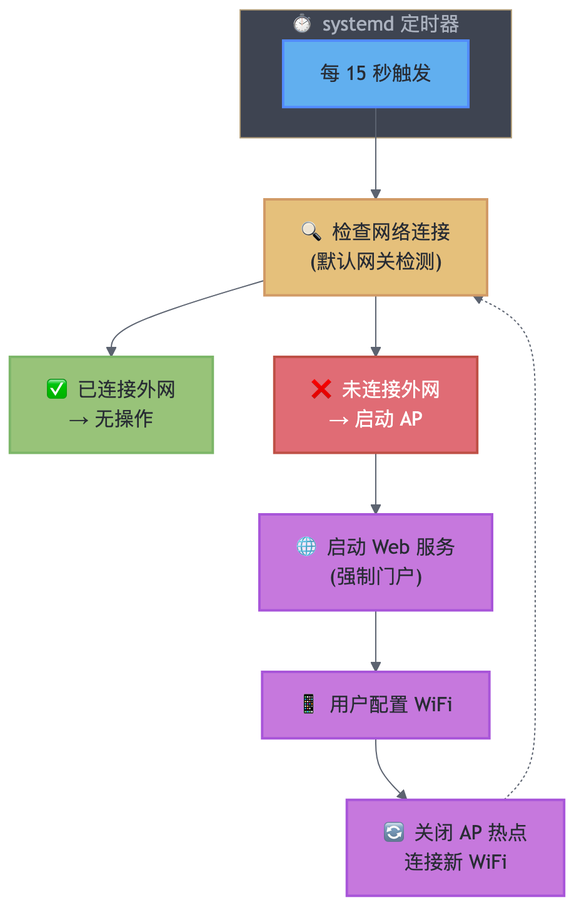
Earlier version of the Mermaid export .github/images/wifi-fallback-workflow.png (CairoLee/RPi-WiFi-Fallback). Its source is kept beside it as diagrams/wifi-fallback-workflow.mmd. The source it was exported from:
```mermaid
%%{init: {
  'theme': 'base',
  'themeVariables': {
    'primaryColor': '#4a90d9',
    'primaryTextColor': '#ffffff',
    'primaryBorderColor': '#3a7bc8',
    'lineColor': '#5c6370',
    'secondaryColor': '#98c379',
    'tertiaryColor': '#e5c07b',
    'background': '#282c34',
    'mainBkg': '#282c34',
    'nodeBorder': '#528bff',
    'clusterBkg': '#3e4451',
    'titleColor': '#abb2bf',
    'edgeLabelBackground': '#282c34'
  }
}}%%

flowchart TB
    subgraph timer["⏱️ systemd 定时器"]
        T[每 15 秒触发]
    end

    T --> CHECK

    CHECK["🔍 检查网络连接<br/>(默认网关检测)"]

    CHECK --> CONNECTED
    CHECK --> DISCONNECTED

    CONNECTED["✅ 已连接外网<br/>→ 无操作"]

    DISCONNECTED["❌ 未连接外网<br/>→ 启动 AP"]

    DISCONNECTED --> WEB["🌐 启动 Web 服务<br/>(强制门户)"]

    WEB --> CONFIG["📱 用户配置 WiFi"]

    CONFIG --> RESTORE["🔄 关闭 AP 热点<br/>连接新 WiFi"]

    RESTORE -.-> CHECK

    classDef timerStyle fill:#61afef,stroke:#528bff,stroke-width:2px,color:#282c34
    classDef checkStyle fill:#e5c07b,stroke:#d19a66,stroke-width:2px,color:#282c34
    classDef successStyle fill:#98c379,stroke:#7cb668,stroke-width:2px,color:#282c34
    classDef failStyle fill:#e06c75,stroke:#be5046,stroke-width:2px,color:#ffffff
    classDef actionStyle fill:#c678dd,stroke:#a855d9,stroke-width:2px,color:#282c34

    class T timerStyle
    class CHECK checkStyle
    class CONNECTED successStyle
    class DISCONNECTED failStyle
    class WEB,CONFIG,RESTORE actionStyle
```
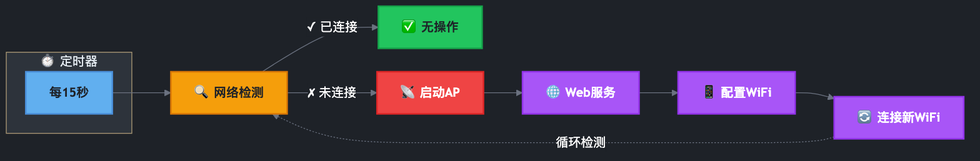
After the commit.

Commit message:
feat: 更新 WiFi 回退机制流程图和生成脚本

- 修改流程图源文件 wifi-fallback-workflow.mmd，调整颜色和布局以提升可读性
- 更新生成脚本 generate-diagrams.sh，设置深色背景以匹配新流程图样式
- 替换旧的流程图图片文件以反映最新的设计

Diff of the diagram source:
```diff
@@ -4,50 +4,47 @@
     'primaryColor': '#4a90d9',
     'primaryTextColor': '#ffffff',
     'primaryBorderColor': '#3a7bc8',
-    'lineColor': '#5c6370',
+    'lineColor': '#6b7280',
     'secondaryColor': '#98c379',
     'tertiaryColor': '#e5c07b',
-    'background': '#282c34',
-    'mainBkg': '#282c34',
+    'background': '#1e2228',
+    'mainBkg': '#1e2228',
     'nodeBorder': '#528bff',
-    'clusterBkg': '#3e4451',
-    'titleColor': '#abb2bf',
-    'edgeLabelBackground': '#282c34'
+    'clusterBkg': '#2d333b',
+    'titleColor': '#e6edf3',
+    'edgeLabelBackground': '#1e2228'
+  },
+  'flowchart': {
+    'nodeSpacing': 30,
+    'rankSpacing': 50,
+    'curve': 'basis'
   }
 }}%%
 
-flowchart TB
-    subgraph timer["⏱️ systemd 定时器"]
-        T[每 15 秒触发]
+flowchart LR
+    subgraph timer["⏱️ 定时器"]
+        T["每15秒"]
     end
 
-    T --> CHECK
+    T --> CHECK["🔍 网络检测"]
 
-    CHECK["🔍 检查网络连接<br/>(默认网关检测)"]
+    CHECK --> |"✓ 已连接"| OK["✅ 无操作"]
+    CHECK --> |"✗ 未连接"| AP["📡 启动AP"]
 
-    CHECK --> CONNECTED
-    CHECK --> DISCONNECTED
+    AP --> WEB["🌐 Web服务"]
+    WEB --> CONFIG["📱 配置WiFi"]
+    CONFIG --> RESTORE["🔄 连接新WiFi"]
 
-    CONNECTED["✅ 已连接外网<br/>→ 无操作"]
+    RESTORE -.-> |"循环检测"| CHECK
 
-    DISCONNECTED["❌ 未连接外网<br/>→ 启动 AP"]
-
-    DISCONNECTED --> WEB["🌐 启动 Web 服务<br/>(强制门户)"]
-
-    WEB --> CONFIG["📱 用户配置 WiFi"]
-
-    CONFIG --> RESTORE["🔄 关闭 AP 热点<br/>连接新 WiFi"]
-
-    RESTORE -.-> CHECK
-
-    classDef timerStyle fill:#61afef,stroke:#528bff,stroke-width:2px,color:#282c34
-    classDef checkStyle fill:#e5c07b,stroke:#d19a66,stroke-width:2px,color:#282c34
-    classDef successStyle fill:#98c379,stroke:#7cb668,stroke-width:2px,color:#282c34
-    classDef failStyle fill:#e06c75,stroke:#be5046,stroke-width:2px,color:#ffffff
-    classDef actionStyle fill:#c678dd,stroke:#a855d9,stroke-width:2px,color:#282c34
+    classDef timerStyle fill:#61afef,stroke:#4a8fd9,stroke-width:2px,color:#1e2228,font-weight:bold
+    classDef checkStyle fill:#f59e0b,stroke:#d97706,stroke-width:2px,color:#1e2228,font-weight:bold
+    classDef successStyle fill:#22c55e,stroke:#16a34a,stroke-width:2px,color:#1e2228,font-weight:bold
+    classDef failStyle fill:#ef4444,stroke:#dc2626,stroke-width:2px,color:#ffffff,font-weight:bold
+    classDef actionStyle fill:#a855f7,stroke:#9333ea,stroke-width:2px,color:#ffffff,font-weight:bold
 
     class T timerStyle
     class CHECK checkStyle
-    class CONNECTED successStyle
-    class DISCONNECTED failStyle
+    class OK successStyle
+    class AP failStyle
     class WEB,CONFIG,RESTORE actionStyle
```
